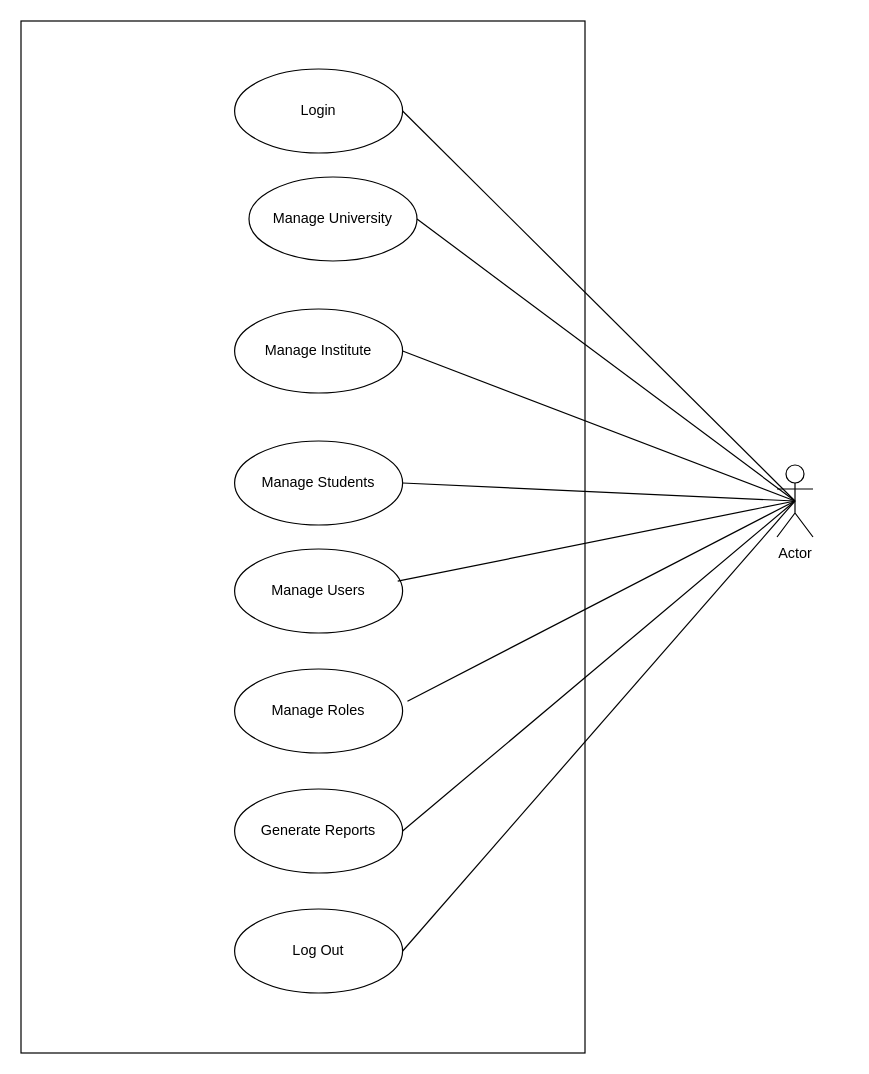
Piyush5527/erp-diagram keeps this draw.io diagram as GreivanceUsecase.drawio. Above is the earlier version. Source tidied: cells renumbered, new cells numbered last; positions are measured from the earlier drawing's top-left corner, leaving out a move shared by most shapes. Both pictures are drawn from the tidied source at 120%, with x=0, y=0 at pixel (20, 20).
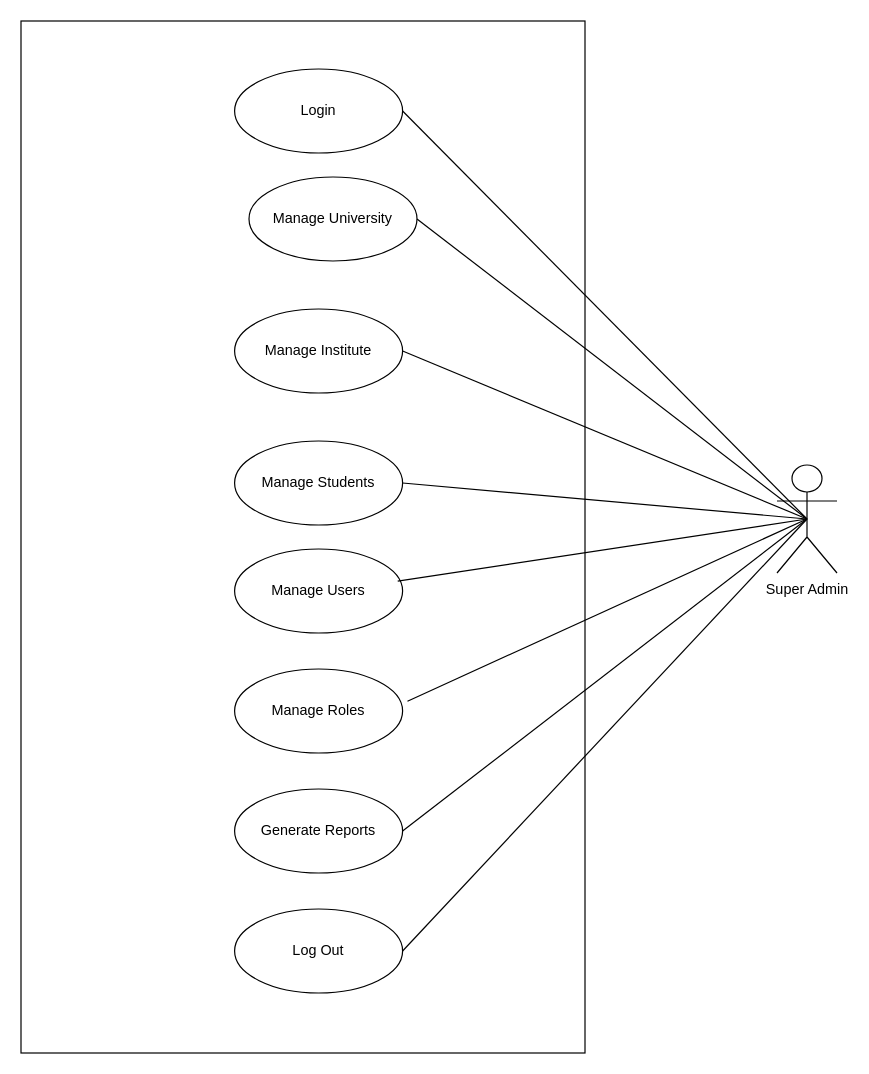
After the change.

What changed in the source:
```diff
@@
 <mxGraphModel>
   <root>
     <mxCell id="0" />
     <mxCell id="1" parent="0" />
-    <mxCell id="2" value="Actor" style="shape=umlActor;verticalLabelPosition=bottom;verticalAlign=top;html=1;outlineConnect=0;" parent="1" vertex="1">
-      <mxGeometry x="630" y="370" width="30" height="60" as="geometry" />
+    <mxCell id="2" value="Super Admin" style="shape=umlActor;verticalLabelPosition=bottom;verticalAlign=top;html=1;outlineConnect=0;" parent="1" vertex="1">
+      <mxGeometry x="630" y="370" width="50" height="90" as="geometry" />
     </mxCell>
     <mxCell id="3" style="rounded=0;whiteSpace=wrap;html=1;" parent="1" vertex="1">
       <mxGeometry width="470" height="860" as="geometry" />
     </mxCell>
     <mxCell id="4" value="Manage University" style="ellipse;whiteSpace=wrap;html=1;" parent="1" vertex="1">
       <mxGeometry x="190" y="130" width="140" height="70" as="geometry" />
     </mxCell>
     <mxCell id="5" value="Manage Institute" style="ellipse;whiteSpace=wrap;html=1;" parent="1" vertex="1">
       <mxGeometry x="178" y="240" width="140" height="70" as="geometry" />
     </mxCell>
     <mxCell id="6" value="Manage Students" style="ellipse;whiteSpace=wrap;html=1;" parent="1" vertex="1">
       <mxGeometry x="178" y="350" width="140" height="70" as="geometry" />
     </mxCell>
     <mxCell id="7" value="Manage Users" style="ellipse;whiteSpace=wrap;html=1;" parent="1" vertex="1">
       <mxGeometry x="178" y="440" width="140" height="70" as="geometry" />
     </mxCell>
     <mxCell id="8" value="Generate Reports" style="ellipse;whiteSpace=wrap;html=1;" parent="1" vertex="1">
       <mxGeometry x="178" y="640" width="140" height="70" as="geometry" />
     </mxCell>
     <mxCell id="9" value="Manage Roles" style="ellipse;whiteSpace=wrap;html=1;" parent="1" vertex="1">
       <mxGeometry x="178" y="540" width="140" height="70" as="geometry" />
     </mxCell>
     <mxCell id="10" value="Login" style="ellipse;whiteSpace=wrap;html=1;" parent="1" vertex="1">
       <mxGeometry x="178" y="40" width="140" height="70" as="geometry" />
     </mxCell>
     <mxCell id="11" value="Log Out" style="ellipse;whiteSpace=wrap;html=1;" parent="1" vertex="1">
       <mxGeometry x="178" y="740" width="140" height="70" as="geometry" />
     </mxCell>
     <mxCell id="12" style="rounded=0;jettySize=auto;html=1;endArrow=none;endFill=0;entryX=1;entryY=0.5;entryDx=0;entryDy=0;exitX=0.5;exitY=0.5;exitDx=0;exitDy=0;exitPerimeter=0;" parent="1" edge="1" source="2" target="10">
       <mxGeometry relative="1" as="geometry" />
     </mxCell>
     <mxCell id="13" style="rounded=0;jettySize=auto;html=1;endArrow=none;endFill=0;entryX=1;entryY=0.5;entryDx=0;entryDy=0;exitX=0.5;exitY=0.5;exitDx=0;exitDy=0;exitPerimeter=0;" parent="1" edge="1" source="2" target="4">
       <mxGeometry relative="1" as="geometry" />
     </mxCell>
     <mxCell id="14" style="rounded=0;jettySize=auto;html=1;endArrow=none;endFill=0;entryX=1;entryY=0.5;entryDx=0;entryDy=0;exitX=0.5;exitY=0.5;exitDx=0;exitDy=0;exitPerimeter=0;" parent="1" edge="1" source="2" target="5">
       <mxGeometry relative="1" as="geometry" />
     </mxCell>
     <mxCell id="15" style="rounded=0;jettySize=auto;html=1;endArrow=none;endFill=0;entryX=1;entryY=0.5;entryDx=0;entryDy=0;exitX=0.5;exitY=0.5;exitDx=0;exitDy=0;exitPerimeter=0;" parent="1" edge="1" source="2" target="6">
       <mxGeometry relative="1" as="geometry" />
     </mxCell>
     <mxCell id="16" style="rounded=0;jettySize=auto;html=1;endArrow=none;endFill=0;entryX=0.971;entryY=0.383;entryDx=0;entryDy=0;entryPerimeter=0;exitX=0.5;exitY=0.5;exitDx=0;exitDy=0;exitPerimeter=0;" parent="1" edge="1" source="2" target="7">
       <mxGeometry relative="1" as="geometry" />
     </mxCell>
     <mxCell id="17" style="rounded=0;jettySize=auto;html=1;endArrow=none;endFill=0;entryX=1.029;entryY=0.383;entryDx=0;entryDy=0;entryPerimeter=0;exitX=0.5;exitY=0.5;exitDx=0;exitDy=0;exitPerimeter=0;" parent="1" edge="1" source="2" target="9">
       <mxGeometry relative="1" as="geometry" />
     </mxCell>
     <mxCell id="18" style="rounded=0;jettySize=auto;html=1;endArrow=none;endFill=0;entryX=1;entryY=0.5;entryDx=0;entryDy=0;exitX=0.5;exitY=0.5;exitDx=0;exitDy=0;exitPerimeter=0;" parent="1" edge="1" source="2" target="8">
       <mxGeometry relative="1" as="geometry" />
     </mxCell>
     <mxCell id="19" style="rounded=0;jettySize=auto;html=1;endArrow=none;endFill=0;entryX=1;entryY=0.5;entryDx=0;entryDy=0;exitX=0.5;exitY=0.5;exitDx=0;exitDy=0;exitPerimeter=0;" parent="1" edge="1" source="2" target="11">
       <mxGeometry relative="1" as="geometry" />
     </mxCell>
   </root>
 </mxGraphModel>
```
